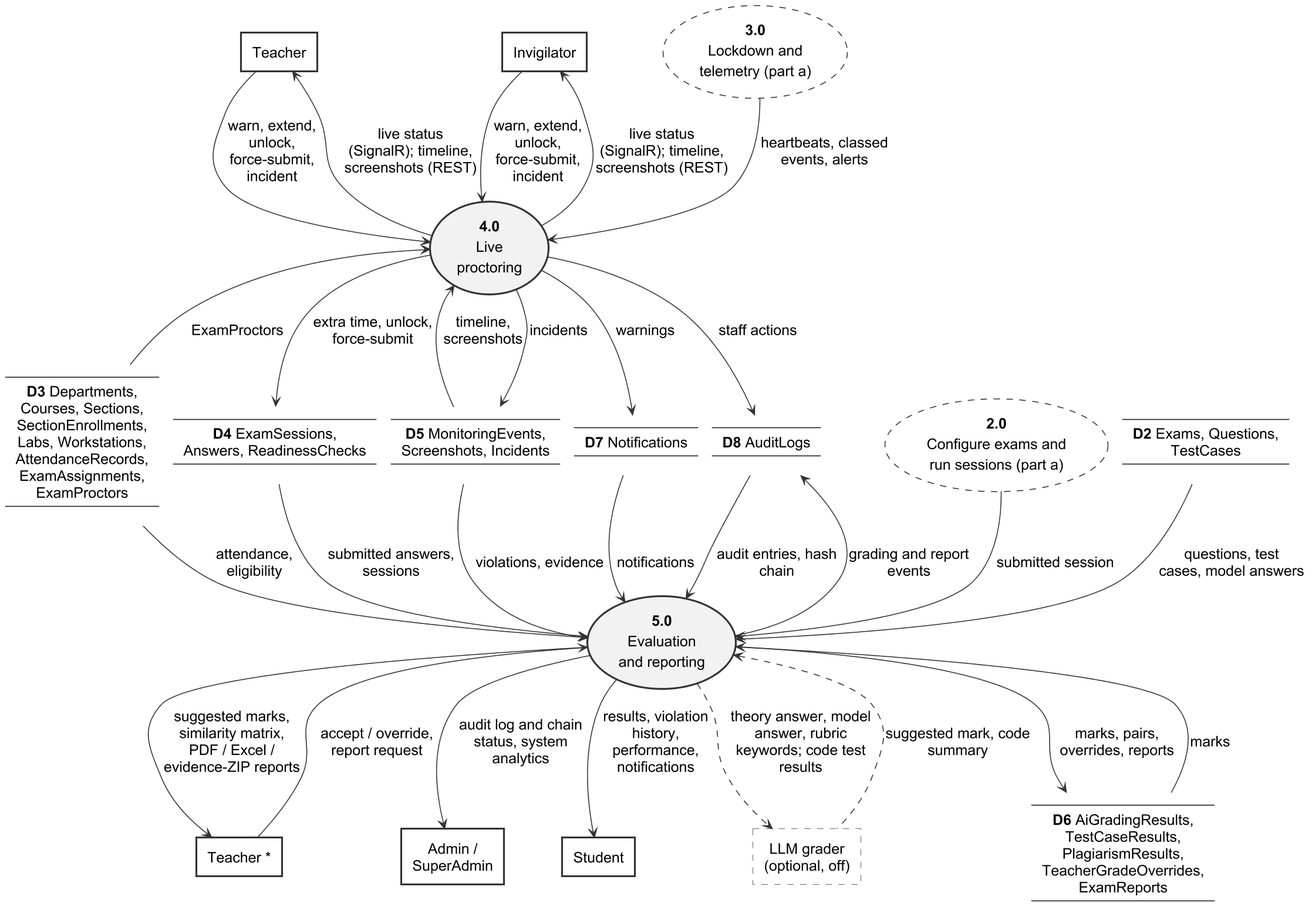
This is important docs/fyp_doc_3chatp/Figures/dfd_level_1b.png from Haiderali27-hub/AI-Lab-Monitoring-, a PlantUML export, as it was before one commit. Its diagram source:
```plantuml
@startuml
!include style.iuml
skinparam defaultFontSize 16
skinparam ArrowFontSize 16
skinparam nodesep 14
skinparam ranksep 34
skinparam defaultTextAlignment center
skinparam rectangle<<entity>> {
  BorderThickness 2
  RoundCorner 0
  BackgroundColor #FFFFFF
}
skinparam rectangle<<optional>> {
  RoundCorner 0
  BorderStyle dashed
  BackgroundColor #FFFFFF
}
skinparam usecase {
  BorderColor #333333
  BorderThickness 2
  BackgroundColor #F2F2F2
}
skinparam usecase<<ref>> {
  BorderStyle dashed
  BorderThickness 1
  BackgroundColor #FFFFFF
}
skinparam label {
  FontSize 16
}
hide stereotype

rectangle "Teacher" <<entity>> as TEA
rectangle "Invigilator" <<entity>> as INV
rectangle "Teacher *" <<entity>> as TEA2
rectangle "Admin /\nSuperAdmin" <<entity>> as ADM
rectangle "Student" <<entity>> as STU
rectangle "LLM grader\n(optional, off)" <<optional>> as LLM

usecase "**3.0**\nLockdown and\ntelemetry (part a)" <<ref>> as P3
usecase "**2.0**\nConfigure exams and\nrun sessions (part a)" <<ref>> as P2
usecase "**4.0**\nLive\nproctoring" as P4
usecase "**5.0**\nEvaluation\nand reporting" as P5

label D2 [
----
**D2** Exams, Questions,
TestCases
----
]
label D3 [
----
**D3** Departments,
Courses, Sections,
SectionEnrollments,
Labs, Workstations,
AttendanceRecords,
ExamAssignments,
ExamProctors
----
]
label D4 [
----
**D4** ExamSessions,
Answers, ReadinessChecks
----
]
label D5 [
----
**D5** MonitoringEvents,
Screenshots, Incidents
----
]
label D6 [
----
**D6** AiGradingResults,
TestCaseResults,
PlagiarismResults,
TeacherGradeOverrides,
ExamReports
----
]
label D7 [
----
**D7** Notifications
----
]
label D8 [
----
**D8** AuditLogs
----
]

TEA --> P4 : warn, extend,\nunlock,\nforce-submit,\nincident
TEA <-- P4 : live status\n(SignalR); timeline,\nscreenshots (REST)
INV --> P4 : warn, extend,\nunlock,\nforce-submit,\nincident
INV <-- P4 : live status\n(SignalR); timeline,\nscreenshots (REST)
P3 --> P4 : heartbeats, classed\nevents, alerts

P4 <-- D3 : ExamProctors
P4 --> D4 : extra time, unlock,\nforce-submit
P4 <-- D5 : timeline,\nscreenshots
P4 --> D5 : incidents
P4 --> D7 : warnings
P4 --> D8 : staff actions

P2 --> P5 : submitted session
D2 --> P5 : questions, test\ncases, model answers
D3 --> P5 : attendance,\neligibility
D4 --> P5 : submitted answers,\nsessions
D5 --> P5 : violations, evidence
D7 --> P5 : notifications
D8 --> P5 : audit entries, hash\nchain
D8 <-- P5 : grading and report\nevents
P5 --> D6 : marks, pairs,\noverrides, reports
P5 <-- D6 : marks
P5 --> TEA2 : suggested marks,\nsimilarity matrix,\nPDF / Excel /\nevidence-ZIP reports
P5 <-- TEA2 : accept / override,\nreport request
P5 --> ADM : audit log and chain\nstatus, system\nanalytics
P5 --> STU : results, violation\nhistory,\nperformance,\nnotifications
P5 ..> LLM : theory answer, model\nanswer, rubric\nkeywords; code test\nresults
P5 <.. LLM : suggested mark, code\nsummary
@enduml
```
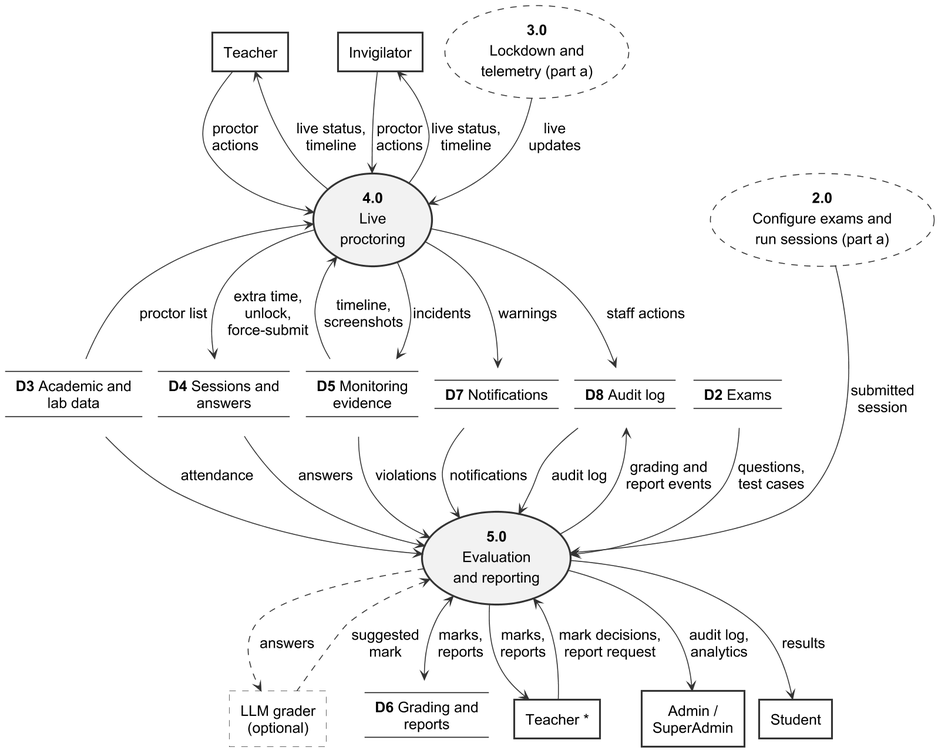
Above is the later version.

Change to the diagram source:
```diff
@@ -2,8 +2,8 @@
 !include style.iuml
 skinparam defaultFontSize 16
 skinparam ArrowFontSize 16
-skinparam nodesep 14
-skinparam ranksep 34
+skinparam nodesep 16
+skinparam ranksep 40
 skinparam defaultTextAlignment center
 skinparam rectangle<<entity>> {
   BorderThickness 2
@@ -29,55 +29,34 @@
   FontSize 16
 }
 hide stereotype
+top to bottom direction
 
 rectangle "Teacher" <<entity>> as TEA
 rectangle "Invigilator" <<entity>> as INV
-rectangle "Teacher *" <<entity>> as TEA2
-rectangle "Admin /\nSuperAdmin" <<entity>> as ADM
-rectangle "Student" <<entity>> as STU
-rectangle "LLM grader\n(optional, off)" <<optional>> as LLM
-
 usecase "**3.0**\nLockdown and\ntelemetry (part a)" <<ref>> as P3
-usecase "**2.0**\nConfigure exams and\nrun sessions (part a)" <<ref>> as P2
 usecase "**4.0**\nLive\nproctoring" as P4
-usecase "**5.0**\nEvaluation\nand reporting" as P5
 
 label D2 [
 ----
-**D2** Exams, Questions,
-TestCases
+**D2** Exams
 ----
 ]
 label D3 [
 ----
-**D3** Departments,
-Courses, Sections,
-SectionEnrollments,
-Labs, Workstations,
-AttendanceRecords,
-ExamAssignments,
-ExamProctors
+**D3** Academic and
+lab data
 ----
 ]
 label D4 [
 ----
-**D4** ExamSessions,
-Answers, ReadinessChecks
+**D4** Sessions and
+answers
 ----
 ]
 label D5 [
 ----
-**D5** MonitoringEvents,
-Screenshots, Incidents
-----
-]
-label D6 [
-----
-**D6** AiGradingResults,
-TestCaseResults,
-PlagiarismResults,
-TeacherGradeOverrides,
-ExamReports
+**D5** Monitoring
+evidence
 ----
 ]
 label D7 [
@@ -87,37 +66,50 @@
 ]
 label D8 [
 ----
-**D8** AuditLogs
+**D8** Audit log
 ----
 ]
 
-TEA --> P4 : warn, extend,\nunlock,\nforce-submit,\nincident
-TEA <-- P4 : live status\n(SignalR); timeline,\nscreenshots (REST)
-INV --> P4 : warn, extend,\nunlock,\nforce-submit,\nincident
-INV <-- P4 : live status\n(SignalR); timeline,\nscreenshots (REST)
-P3 --> P4 : heartbeats, classed\nevents, alerts
+usecase "**2.0**\nConfigure exams and\nrun sessions (part a)" <<ref>> as P2
+usecase "**5.0**\nEvaluation\nand reporting" as P5
+rectangle "LLM grader\n(optional)" <<optional>> as LLM
 
-P4 <-- D3 : ExamProctors
-P4 --> D4 : extra time, unlock,\nforce-submit
+label D6 [
+----
+**D6** Grading and
+reports
+----
+]
+rectangle "Teacher *" <<entity>> as TEA2
+rectangle "Admin /\nSuperAdmin" <<entity>> as ADM
+rectangle "Student" <<entity>> as STU
+
+TEA --> P4 : proctor\nactions
+TEA <-- P4 : live status,\ntimeline
+INV --> P4 : proctor\nactions
+INV <-- P4 : live status,\ntimeline
+P3 --> P4 : live\nupdates
+
+P4 <-- D3 : proctor list
+P4 --> D4 : extra time,\nunlock,\nforce-submit
 P4 <-- D5 : timeline,\nscreenshots
 P4 --> D5 : incidents
 P4 --> D7 : warnings
 P4 --> D8 : staff actions
 
-P2 --> P5 : submitted session
-D2 --> P5 : questions, test\ncases, model answers
-D3 --> P5 : attendance,\neligibility
-D4 --> P5 : submitted answers,\nsessions
-D5 --> P5 : violations, evidence
+P2 ---> P5 : submitted\nsession
+D2 --> P5 : questions,\ntest cases
+D3 --> P5 : attendance
+D4 --> P5 : answers
+D5 --> P5 : violations
 D7 --> P5 : notifications
-D8 --> P5 : audit entries, hash\nchain
-D8 <-- P5 : grading and report\nevents
-P5 --> D6 : marks, pairs,\noverrides, reports
-P5 <-- D6 : marks
-P5 --> TEA2 : suggested marks,\nsimilarity matrix,\nPDF / Excel /\nevidence-ZIP reports
-P5 <-- TEA2 : accept / override,\nreport request
-P5 --> ADM : audit log and chain\nstatus, system\nanalytics
-P5 --> STU : results, violation\nhistory,\nperformance,\nnotifications
-P5 ..> LLM : theory answer, model\nanswer, rubric\nkeywords; code test\nresults
-P5 <.. LLM : suggested mark, code\nsummary
+D8 --> P5 : audit log
+D8 <-- P5 : grading and\nreport events
+P5 ..> LLM : answers
+P5 <.. LLM : suggested\nmark
+P5 <--> D6 : marks,\nreports
+P5 --> TEA2 : marks,\nreports
+P5 <-- TEA2 : mark decisions,\nreport request
+P5 --> ADM : audit log,\nanalytics
+P5 --> STU : results
 @enduml
```
